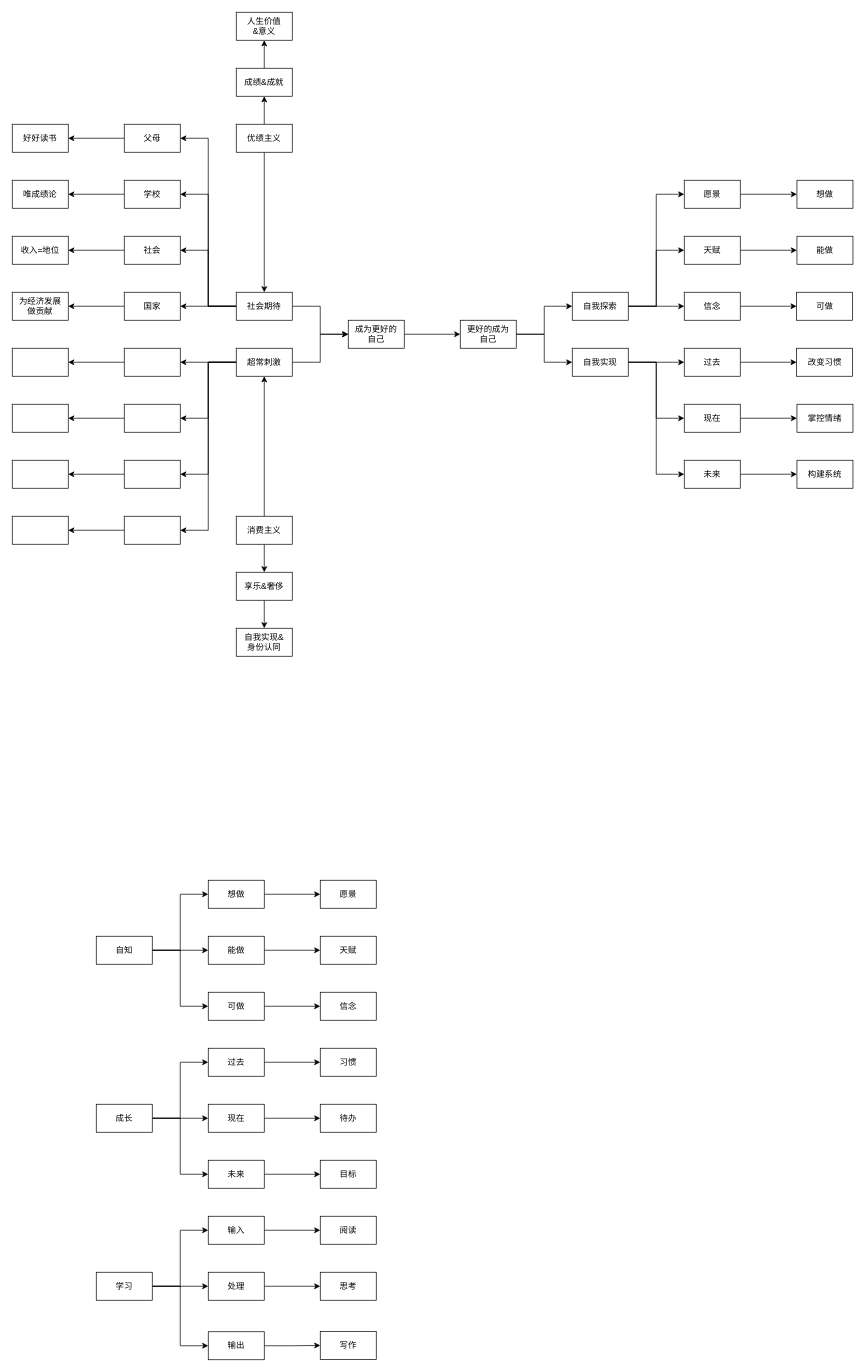
This is 人生系统.drawio from youyusan/life_system, a draw.io file, before an edit. Source tidied: cells renumbered, new cells numbered last; positions are measured from the earlier drawing's top-left corner, leaving out a move shared by most shapes. Both pictures are drawn from the tidied source at 70%, with x=0, y=0 at pixel (12, 12).
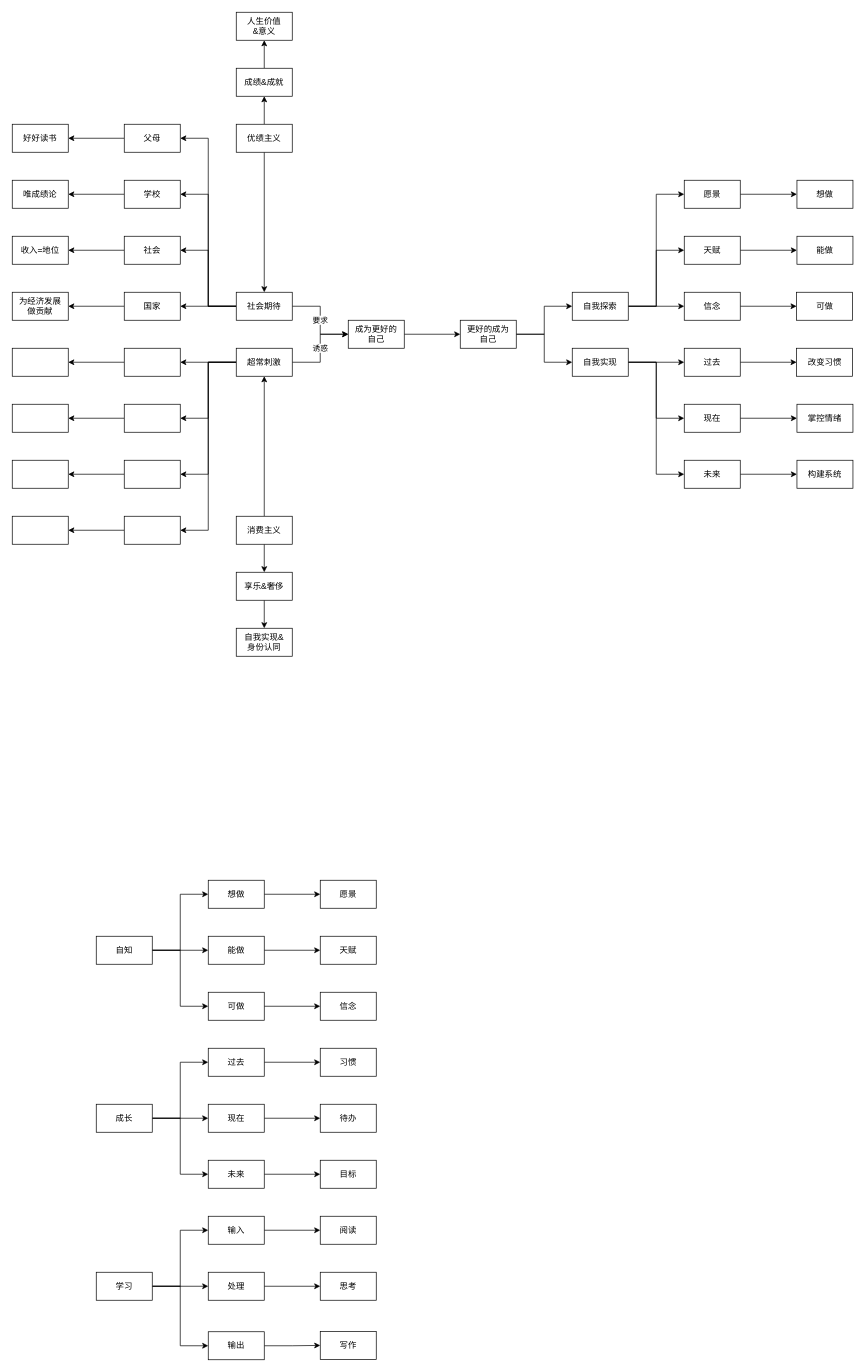
The same diagram, later.

Commit message:
更新人生系统.drawio

The change refers to these unchanged cells:
```xml
<mxCell id="42" value="成为更好的&lt;br&gt;自己" style="rounded=0;whiteSpace=wrap;html=1;" parent="1" vertex="1">
  <mxGeometry x="480" y="440" width="80" height="40" as="geometry" />
</mxCell>
<mxCell id="54" value="社会期待" style="rounded=0;whiteSpace=wrap;html=1;" parent="1" vertex="1">
  <mxGeometry x="320" y="400" width="80" height="40" as="geometry" />
</mxCell>
<mxCell id="60" value="超常刺激" style="rounded=0;whiteSpace=wrap;html=1;" parent="1" vertex="1">
  <mxGeometry x="320" y="480" width="80" height="40" as="geometry" />
</mxCell>
```

Diff of the diagram source:
```diff
@@
-    <mxCell id="49" style="edgeStyle=orthogonalEdgeStyle;rounded=0;jettySize=auto;html=1;entryX=0;entryY=0.5;entryDx=0;entryDy=0;" parent="1" edge="1" source="54" target="42">
+    <mxCell id="49" value="要求" style="edgeStyle=orthogonalEdgeStyle;rounded=0;jettySize=auto;html=1;entryX=0;entryY=0.5;entryDx=0;entryDy=0;" parent="1" edge="1" source="54" target="42">
       <mxGeometry relative="1" as="geometry" />
     </mxCell>
@@
-    <mxCell id="55" style="edgeStyle=orthogonalEdgeStyle;rounded=0;jettySize=auto;html=1;" parent="1" edge="1" source="60" target="42">
+    <mxCell id="55" value="诱惑" style="edgeStyle=orthogonalEdgeStyle;rounded=0;jettySize=auto;html=1;" parent="1" edge="1" source="60" target="42">
       <mxGeometry relative="1" as="geometry" />
     </mxCell>
```
